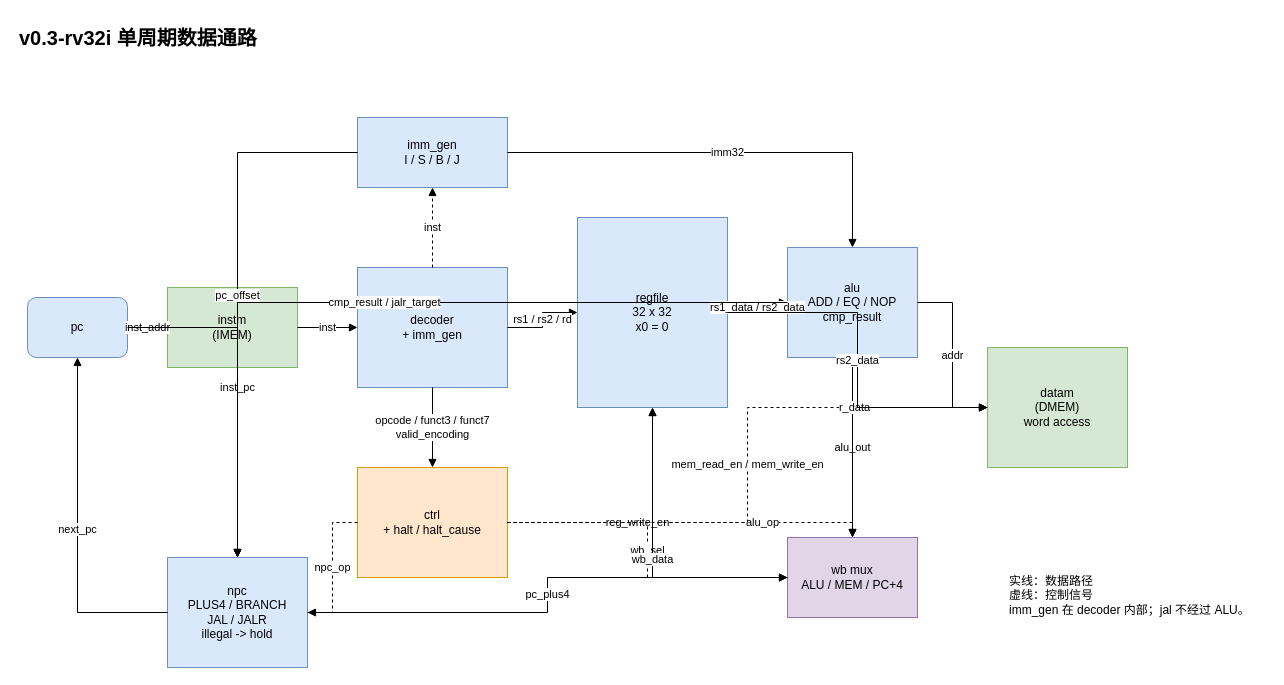
The draw.io diagram docs/arch/datapath.drawio in LacusENI/my_cup, before the edit. Source tidied: cells renumbered, new cells numbered last; positions are measured from the earlier drawing's top-left corner, leaving out a move shared by most shapes. Both pictures are drawn from the tidied source at 100%, with x=0, y=0 at pixel (17, 17).
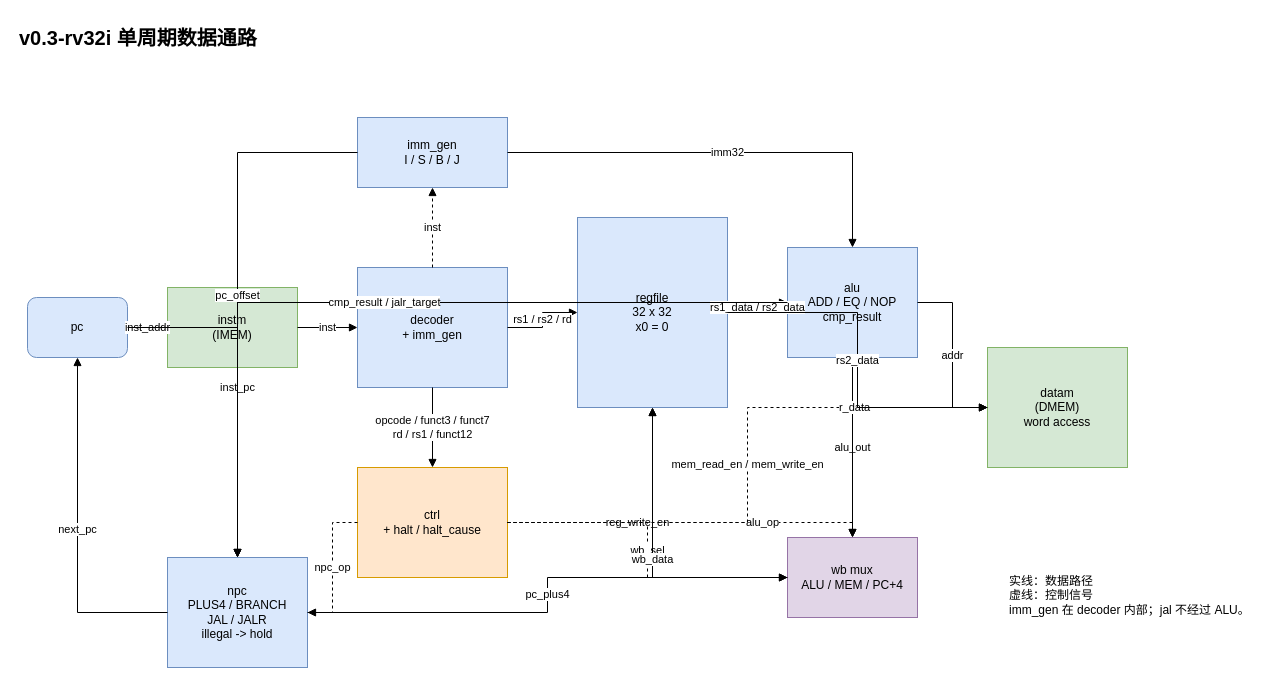
Above is the later version.

Unchanged cells that the change refers to:
```xml
<mxCell id="5" value="decoder&#10;+ imm_gen" style="rounded=0;whiteSpace=wrap;html=1;fillColor=#dae8fc;strokeColor=#6c8ebf;" parent="1" vertex="1">
  <mxGeometry x="340" y="250" width="150" height="120" as="geometry" />
</mxCell>
<mxCell id="7" value="ctrl&#10;+ halt / halt_cause" style="rounded=0;whiteSpace=wrap;html=1;fillColor=#ffe6cc;strokeColor=#d79b00;" parent="1" vertex="1">
  <mxGeometry x="340" y="450" width="150" height="110" as="geometry" />
</mxCell>
```

Change to the diagram source:
```diff
@@
-    <mxCell id="17" value="opcode / funct3 / funct7&#10;valid_encoding" style="edgeStyle=orthogonalEdgeStyle;rounded=0;html=1;endArrow=block;endFill=1;" parent="1" edge="1" source="5" target="7">
+    <mxCell id="17" value="opcode / funct3 / funct7&#10;rd / rs1 / funct12" style="edgeStyle=orthogonalEdgeStyle;rounded=0;html=1;endArrow=block;endFill=1;" parent="1" edge="1" source="5" target="7">
       <mxGeometry relative="1" as="geometry" />
     </mxCell>
```
